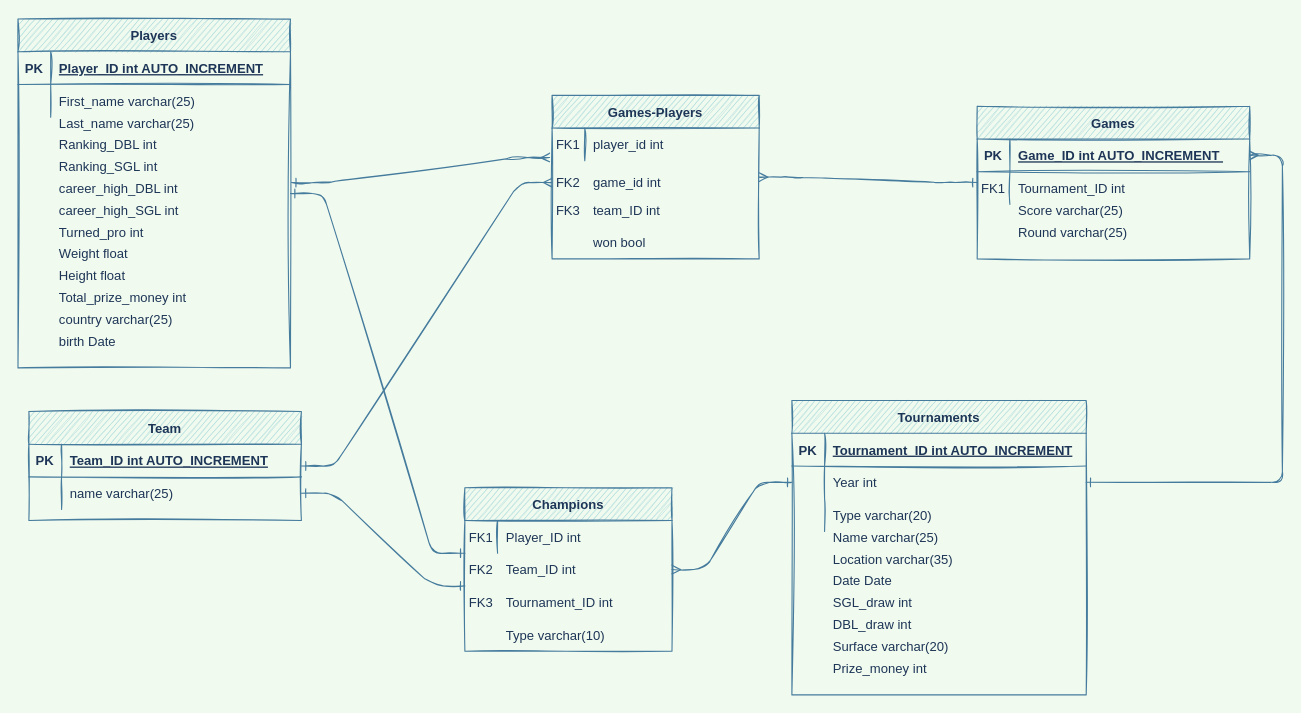
Earlier version of the draw.io diagram erd.drawio (talbaram3192/web_scraping_project). Source tidied: cells renumbered, new cells numbered last; positions are measured from the earlier drawing's top-left corner, leaving out a move shared by most shapes. Both pictures are drawn from the tidied source at 109%, with x=0, y=0 at pixel (17, 19).
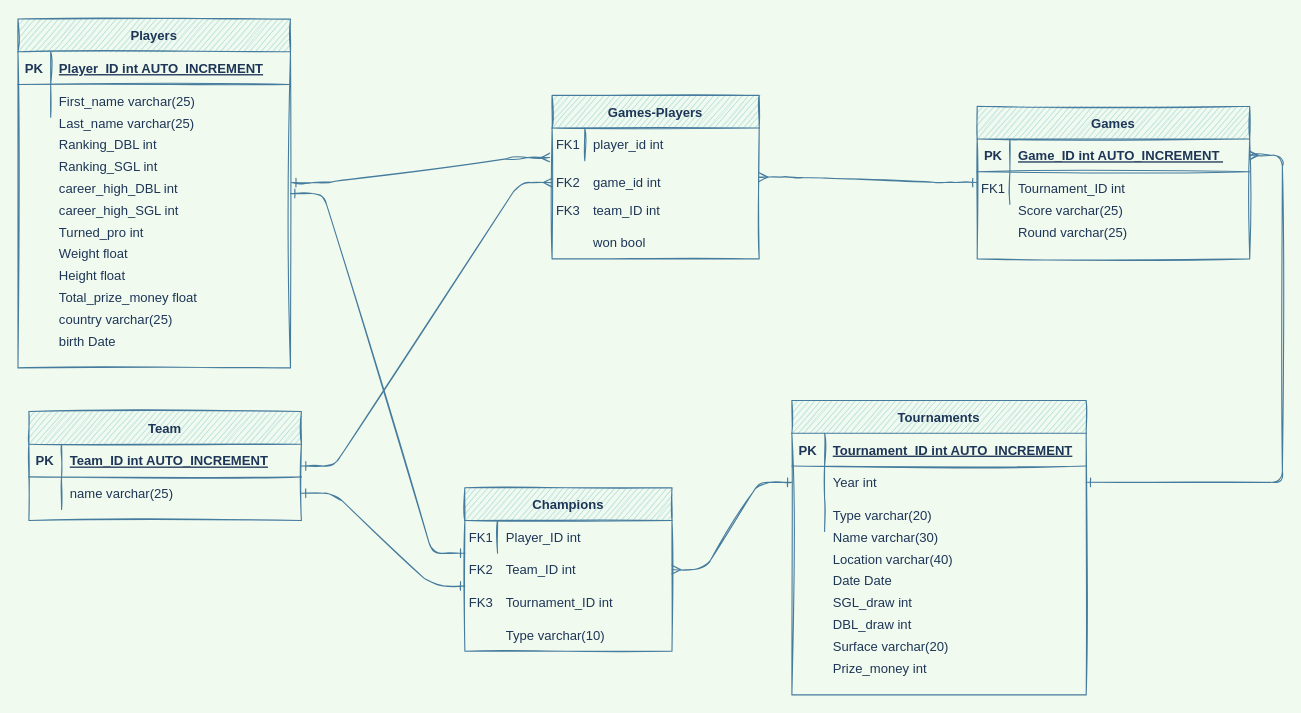
After the change.

The change refers to these unchanged cells:
```xml
<mxCell id="50" style="shape=partialRectangle;fillColor=none;top=0;left=0;right=0;bottom=0;sketch=1;strokeColor=#457B9D;fontColor=#1D3557;" parent="1" vertex="1">
  <mxGeometry x="710" y="460" width="270" height="30" as="geometry" />
</mxCell>
<mxCell id="53" style="shape=partialRectangle;fillColor=none;top=0;left=0;right=0;bottom=0;sketch=1;strokeColor=#457B9D;fontColor=#1D3557;" parent="1" vertex="1">
  <mxGeometry x="710" y="480" width="270" height="30" as="geometry" />
</mxCell>
```

The edit, as a diff of the source:
```diff
@@
-    <mxCell id="46" value="Total_prize_money int" style="shape=partialRectangle;overflow=hidden;fillColor=none;top=0;left=0;bottom=0;right=0;align=left;spacingLeft=6;sketch=1;strokeColor=#457B9D;fontColor=#1D3557;" parent="1" vertex="1">
+    <mxCell id="46" value="Total_prize_money float" style="shape=partialRectangle;overflow=hidden;fillColor=none;top=0;left=0;bottom=0;right=0;align=left;spacingLeft=6;sketch=1;strokeColor=#457B9D;fontColor=#1D3557;" parent="1" vertex="1">
       <mxGeometry x="30" y="240" width="220" height="30" as="geometry" />
     </mxCell>
@@
-    <mxCell id="52" value="Name varchar(25)" style="shape=partialRectangle;overflow=hidden;fillColor=none;top=0;left=0;bottom=0;right=0;align=left;spacingLeft=6;sketch=1;strokeColor=#457B9D;fontColor=#1D3557;" parent="50" vertex="1">
+    <mxCell id="52" value="Name varchar(30)" style="shape=partialRectangle;overflow=hidden;fillColor=none;top=0;left=0;bottom=0;right=0;align=left;spacingLeft=6;sketch=1;strokeColor=#457B9D;fontColor=#1D3557;" parent="50" vertex="1">
       <mxGeometry x="30" width="240" height="30" as="geometry" />
     </mxCell>
@@
-    <mxCell id="55" value="Location varchar(35)" style="shape=partialRectangle;overflow=hidden;fillColor=none;top=0;left=0;bottom=0;right=0;align=left;spacingLeft=6;sketch=1;strokeColor=#457B9D;fontColor=#1D3557;" parent="53" vertex="1">
+    <mxCell id="55" value="Location varchar(40)" style="shape=partialRectangle;overflow=hidden;fillColor=none;top=0;left=0;bottom=0;right=0;align=left;spacingLeft=6;sketch=1;strokeColor=#457B9D;fontColor=#1D3557;" parent="53" vertex="1">
       <mxGeometry x="30" width="240" height="30" as="geometry" />
     </mxCell>
```
